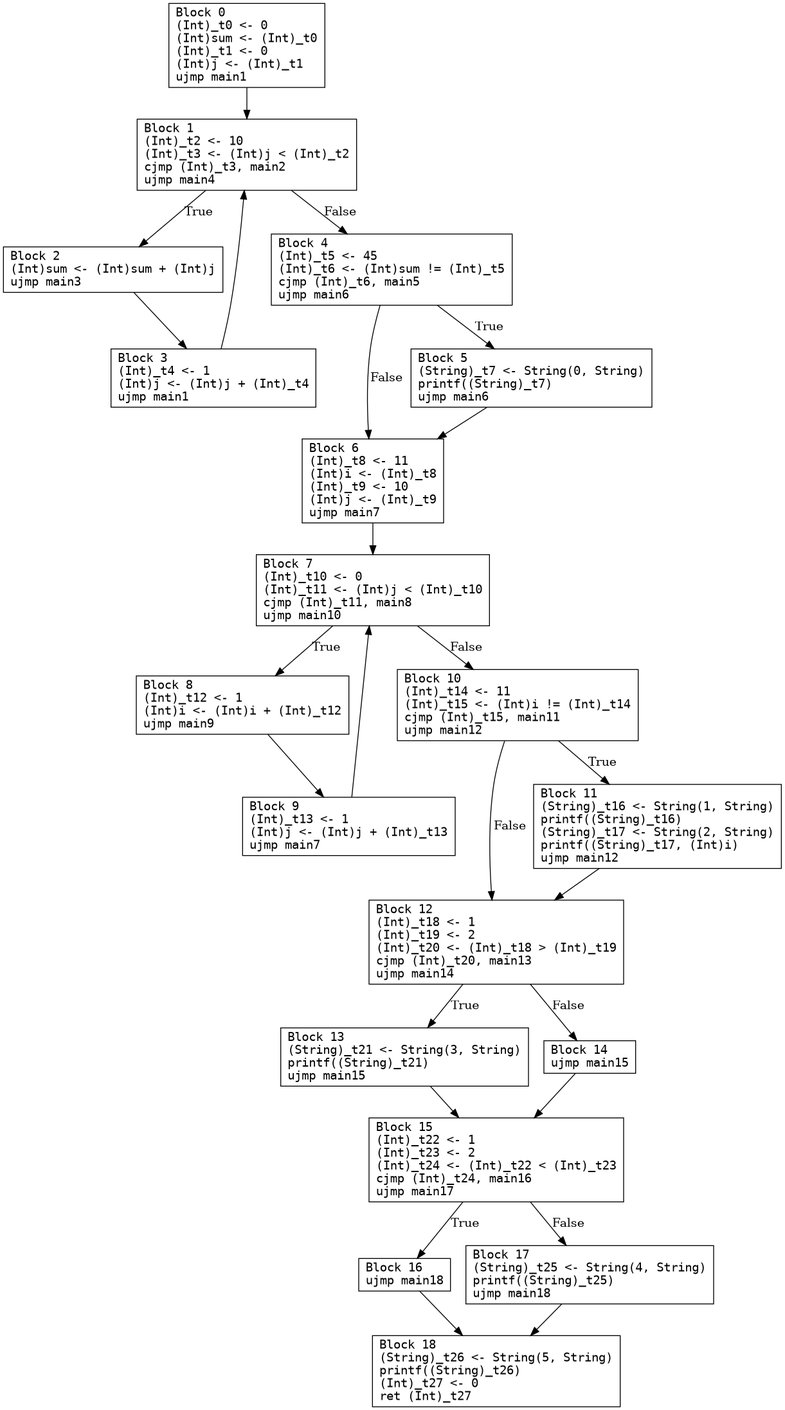
seanchuck/compiler-s25 keeps this Graphviz diagram as main.png. Above is the earlier version. Its source is kept beside it as main.dot.
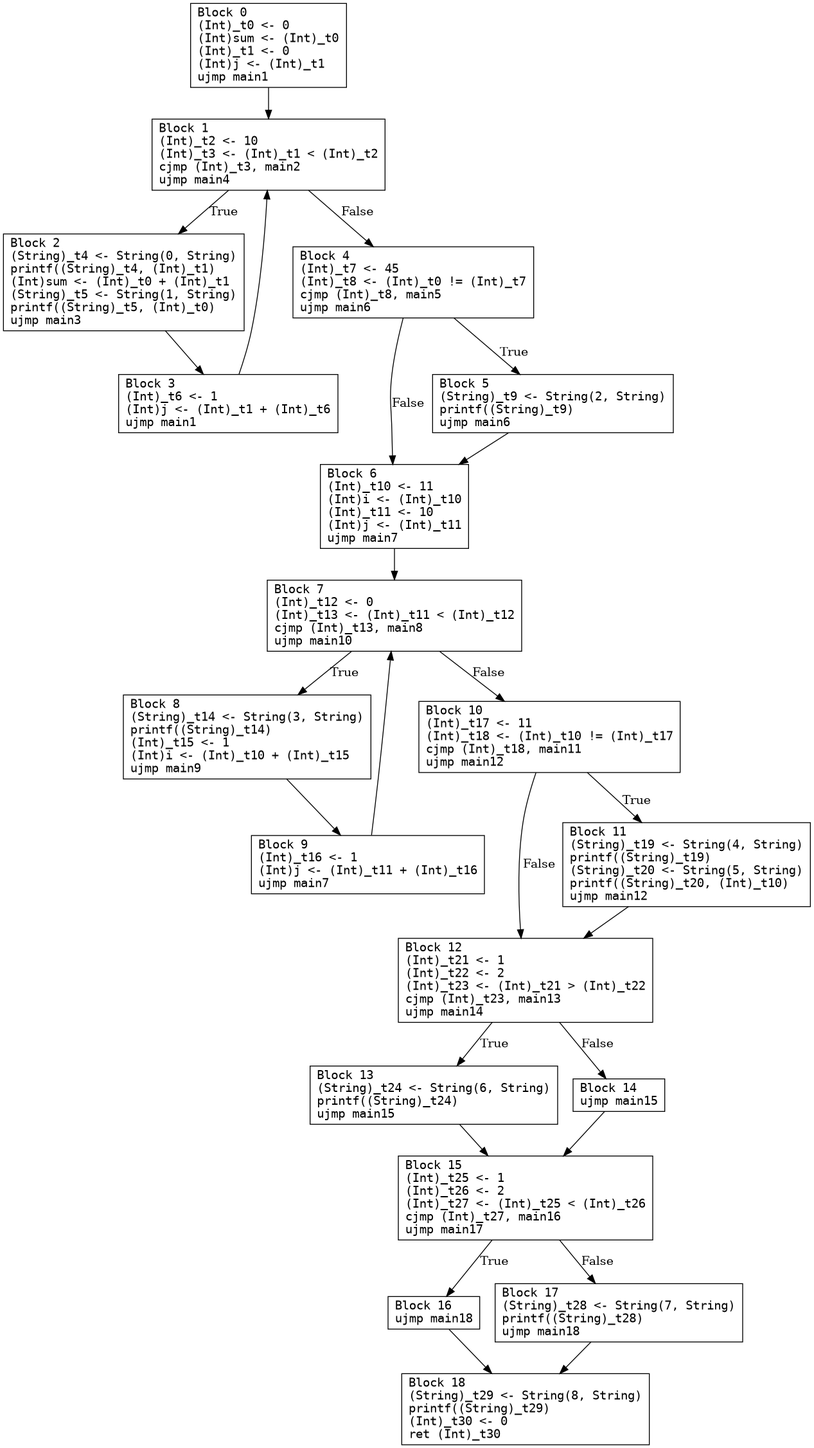
Above is the later version.

What changed in the source:
```diff
@@ -1,46 +1,46 @@
 digraph CFG {
   node [shape=box fontname="monospace"];
   0 [label="Block 0\l(Int)_t0 <- 0\l(Int)sum <- (Int)_t0\l(Int)_t1 <- 0\l(Int)j <- (Int)_t1\lujmp main1\l"];
-  1 [label="Block 1\l(Int)_t2 <- 10\l(Int)_t3 <- (Int)j < (Int)_t2\lcjmp (Int)_t3, main2\lujmp main4\l"];
-  2 [label="Block 2\l(Int)sum <- (Int)sum + (Int)j\lujmp main3\l"];
-  3 [label="Block 3\l(Int)_t4 <- 1\l(Int)j <- (Int)j + (Int)_t4\lujmp main1\l"];
-  4 [label="Block 4\l(Int)_t5 <- 45\l(Int)_t6 <- (Int)sum != (Int)_t5\lcjmp (Int)_t6, main5\lujmp main6\l"];
-  5 [label="Block 5\l(String)_t7 <- String(0, String)\lprintf((String)_t7)\lujmp main6\l"];
-  6 [label="Block 6\l(Int)_t8 <- 11\l(Int)i <- (Int)_t8\l(Int)_t9 <- 10\l(Int)j <- (Int)_t9\lujmp main7\l"];
-  7 [label="Block 7\l(Int)_t10 <- 0\l(Int)_t11 <- (Int)j < (Int)_t10\lcjmp (Int)_t11, main8\lujmp main10\l"];
-  8 [label="Block 8\l(Int)_t12 <- 1\l(Int)i <- (Int)i + (Int)_t12\lujmp main9\l"];
-  9 [label="Block 9\l(Int)_t13 <- 1\l(Int)j <- (Int)j + (Int)_t13\lujmp main7\l"];
-  10 [label="Block 10\l(Int)_t14 <- 11\l(Int)_t15 <- (Int)i != (Int)_t14\lcjmp (Int)_t15, main11\lujmp main12\l"];
-  11 [label="Block 11\l(String)_t16 <- String(1, String)\lprintf((String)_t16)\l(String)_t17 <- String(2, String)\lprintf((String)_t17, (Int)i)\lujmp main12\l"];
-  12 [label="Block 12\l(Int)_t18 <- 1\l(Int)_t19 <- 2\l(Int)_t20 <- (Int)_t18 > (Int)_t19\lcjmp (Int)_t20, main13\lujmp main14\l"];
-  13 [label="Block 13\l(String)_t21 <- String(3, String)\lprintf((String)_t21)\lujmp main15\l"];
+  1 [label="Block 1\l(Int)_t2 <- 10\l(Int)_t3 <- (Int)_t1 < (Int)_t2\lcjmp (Int)_t3, main2\lujmp main4\l"];
+  2 [label="Block 2\l(String)_t4 <- String(0, String)\lprintf((String)_t4, (Int)_t1)\l(Int)sum <- (Int)_t0 + (Int)_t1\l(String)_t5 <- String(1, String)\lprintf((String)_t5, (Int)_t0)\lujmp main3\l"];
+  3 [label="Block 3\l(Int)_t6 <- 1\l(Int)j <- (Int)_t1 + (Int)_t6\lujmp main1\l"];
+  4 [label="Block 4\l(Int)_t7 <- 45\l(Int)_t8 <- (Int)_t0 != (Int)_t7\lcjmp (Int)_t8, main5\lujmp main6\l"];
+  5 [label="Block 5\l(String)_t9 <- String(2, String)\lprintf((String)_t9)\lujmp main6\l"];
+  6 [label="Block 6\l(Int)_t10 <- 11\l(Int)i <- (Int)_t10\l(Int)_t11 <- 10\l(Int)j <- (Int)_t11\lujmp main7\l"];
+  7 [label="Block 7\l(Int)_t12 <- 0\l(Int)_t13 <- (Int)_t11 < (Int)_t12\lcjmp (Int)_t13, main8\lujmp main10\l"];
+  8 [label="Block 8\l(String)_t14 <- String(3, String)\lprintf((String)_t14)\l(Int)_t15 <- 1\l(Int)i <- (Int)_t10 + (Int)_t15\lujmp main9\l"];
+  9 [label="Block 9\l(Int)_t16 <- 1\l(Int)j <- (Int)_t11 + (Int)_t16\lujmp main7\l"];
+  10 [label="Block 10\l(Int)_t17 <- 11\l(Int)_t18 <- (Int)_t10 != (Int)_t17\lcjmp (Int)_t18, main11\lujmp main12\l"];
+  11 [label="Block 11\l(String)_t19 <- String(4, String)\lprintf((String)_t19)\l(String)_t20 <- String(5, String)\lprintf((String)_t20, (Int)_t10)\lujmp main12\l"];
+  12 [label="Block 12\l(Int)_t21 <- 1\l(Int)_t22 <- 2\l(Int)_t23 <- (Int)_t21 > (Int)_t22\lcjmp (Int)_t23, main13\lujmp main14\l"];
+  13 [label="Block 13\l(String)_t24 <- String(6, String)\lprintf((String)_t24)\lujmp main15\l"];
   14 [label="Block 14\lujmp main15\l"];
-  15 [label="Block 15\l(Int)_t22 <- 1\l(Int)_t23 <- 2\l(Int)_t24 <- (Int)_t22 < (Int)_t23\lcjmp (Int)_t24, main16\lujmp main17\l"];
+  15 [label="Block 15\l(Int)_t25 <- 1\l(Int)_t26 <- 2\l(Int)_t27 <- (Int)_t25 < (Int)_t26\lcjmp (Int)_t27, main16\lujmp main17\l"];
   16 [label="Block 16\lujmp main18\l"];
-  17 [label="Block 17\l(String)_t25 <- String(4, String)\lprintf((String)_t25)\lujmp main18\l"];
-  18 [label="Block 18\l(String)_t26 <- String(5, String)\lprintf((String)_t26)\l(Int)_t27 <- 0\lret (Int)_t27\l"];
+  17 [label="Block 17\l(String)_t28 <- String(7, String)\lprintf((String)_t28)\lujmp main18\l"];
+  18 [label="Block 18\l(String)_t29 <- String(8, String)\lprintf((String)_t29)\l(Int)_t30 <- 0\lret (Int)_t30\l"];
   0 -> 1 [label=""];
+  1 -> 4 [label="False"];
   1 -> 2 [label="True"];
-  1 -> 4 [label="False"];
   2 -> 3 [label=""];
   3 -> 1 [label=""];
   4 -> 6 [label="False"];
   4 -> 5 [label="True"];
   5 -> 6 [label=""];
   6 -> 7 [label=""];
+  7 -> 10 [label="False"];
   7 -> 8 [label="True"];
-  7 -> 10 [label="False"];
   8 -> 9 [label=""];
   9 -> 7 [label=""];
+  10 -> 11 [label="True"];
   10 -> 12 [label="False"];
-  10 -> 11 [label="True"];
   11 -> 12 [label=""];
   12 -> 13 [label="True"];
   12 -> 14 [label="False"];
   13 -> 15 [label=""];
   14 -> 15 [label=""];
+  15 -> 17 [label="False"];
   15 -> 16 [label="True"];
-  15 -> 17 [label="False"];
   16 -> 18 [label=""];
   17 -> 18 [label=""];
 }
```
